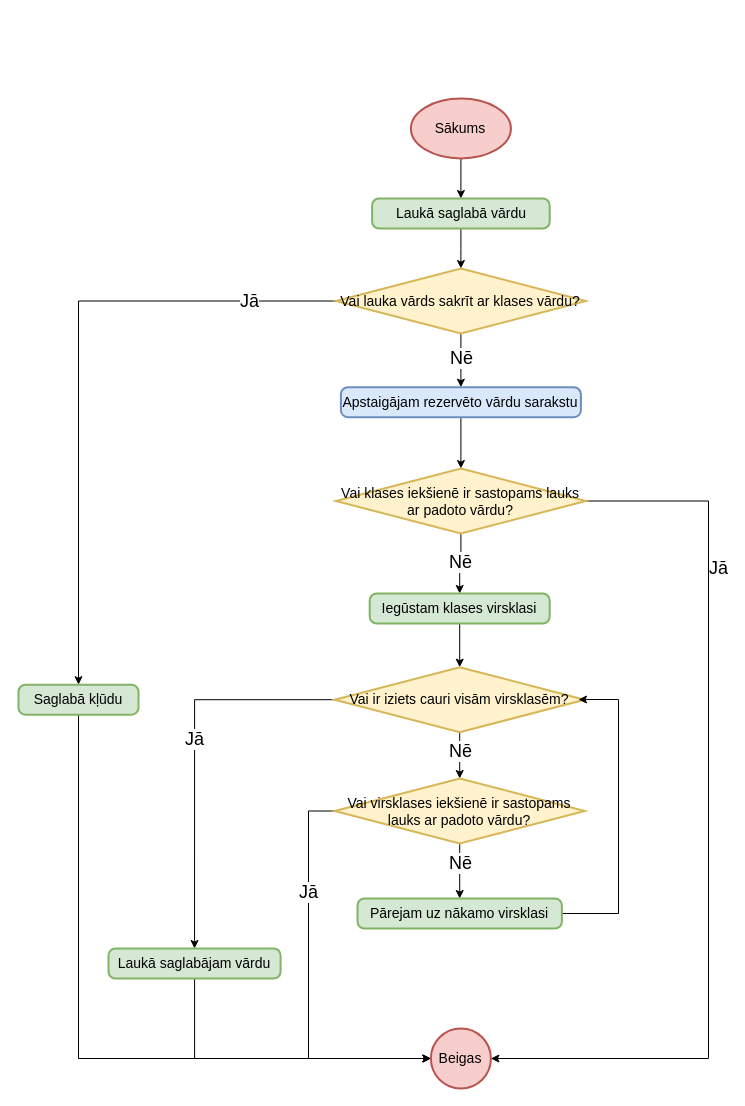
Before: page "Lauka vārda kompilēšana" (4 of 5) of src/Qualification project/Documentation/Diagrammas/Kompilators/Lauki un mainīgie.drawio in artiks12/webAppOS, a draw.io diagram. Source tidied: cells renumbered, new cells numbered last; positions are measured from the earlier drawing's top-left corner, leaving out a move shared by most shapes. Both pictures are drawn from the tidied source at 100%, with x=0, y=0 at pixel (18, 98).
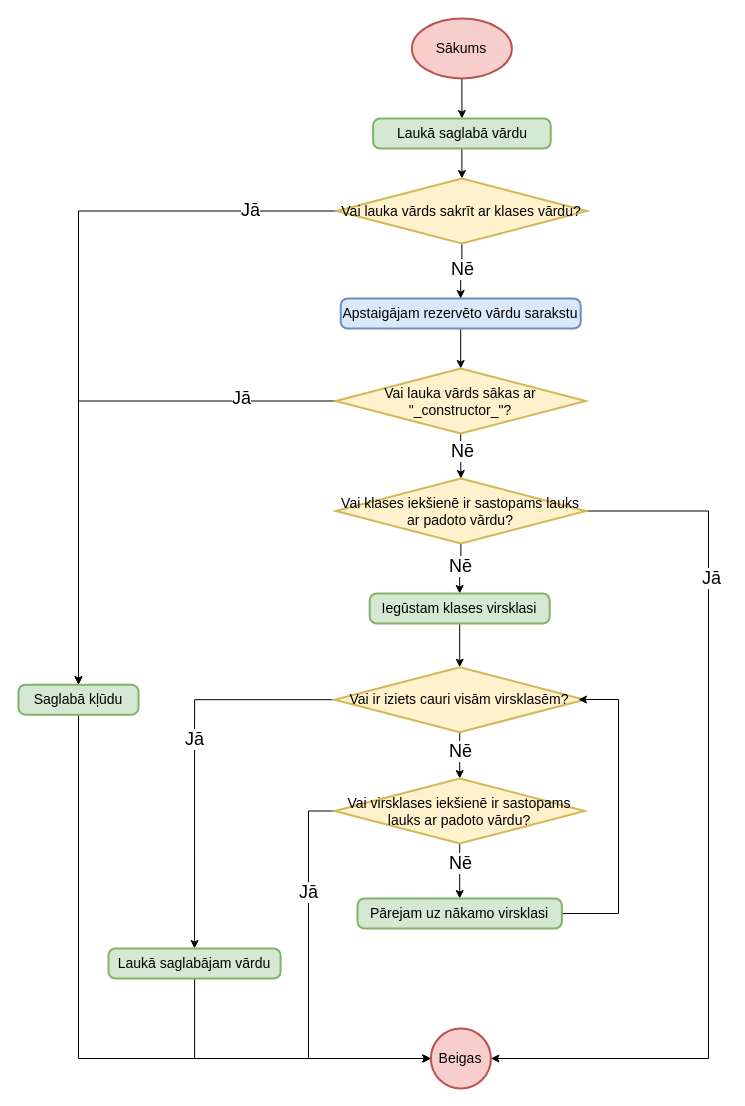
The same diagram, later.

Unchanged cells that the change refers to:
```xml
<mxCell id="6" value="Beigas" style="strokeWidth=2;html=1;shape=mxgraph.flowchart.start_2;whiteSpace=wrap;fontSize=14;fillColor=#f8cecc;strokeColor=#b85450;" parent="1" vertex="1">
  <mxGeometry x="412.4" y="930" width="60" height="60" as="geometry" />
</mxCell>
<mxCell id="9" style="edgeStyle=orthogonalEdgeStyle;rounded=0;jettySize=auto;html=1;entryX=0.5;entryY=0;entryDx=0;entryDy=0;fontSize=18;exitX=0.5;exitY=1;exitDx=0;exitDy=0;exitPerimeter=0;" parent="1" edge="1" source="22" target="24">
  <mxGeometry relative="1" as="geometry" />
</mxCell>
<mxCell id="18" value="Saglabā kļūdu" style="rounded=1;whiteSpace=wrap;html=1;absoluteArcSize=1;arcSize=14;strokeWidth=2;fontSize=14;fillColor=#d5e8d4;strokeColor=#82b366;" parent="1" vertex="1">
  <mxGeometry y="586.2" width="120" height="30" as="geometry" />
</mxCell>
```

Diff of the diagram source:
```diff
@@
     <mxCell id="3" value="Sākums" style="strokeWidth=2;html=1;shape=mxgraph.flowchart.start_1;whiteSpace=wrap;fontSize=14;fillColor=#f8cecc;strokeColor=#b85450;" parent="1" vertex="1">
-      <mxGeometry x="392.4" width="100" height="60" as="geometry" />
+      <mxGeometry x="393.4" y="-80" width="100" height="60" as="geometry" />
     </mxCell>
@@
     <mxCell id="5" value="Laukā saglabā vārdu" style="rounded=1;whiteSpace=wrap;html=1;absoluteArcSize=1;arcSize=14;strokeWidth=2;fontSize=14;fillColor=#d5e8d4;strokeColor=#82b366;" parent="1" vertex="1">
-      <mxGeometry x="353.6" y="100" width="177.6" height="30" as="geometry" />
+      <mxGeometry x="354.6" y="20" width="177.6" height="30" as="geometry" />
     </mxCell>
@@
-    <mxCell id="7" style="edgeStyle=orthogonalEdgeStyle;rounded=0;jettySize=auto;html=1;fontSize=18;entryX=0.5;entryY=0;entryDx=0;entryDy=0;entryPerimeter=0;" parent="1" edge="1" source="8" target="22">
-      <mxGeometry relative="1" as="geometry" />
-    </mxCell>
+    <mxCell id="37" style="edgeStyle=orthogonalEdgeStyle;rounded=0;jettySize=auto;html=1;" parent="1" edge="1" source="8" target="42">
+      <mxGeometry relative="1" as="geometry" />
+    </mxCell>
     <mxCell id="8" value="Apstaigājam rezervēto vārdu sarakstu" style="rounded=1;whiteSpace=wrap;html=1;absoluteArcSize=1;arcSize=14;strokeWidth=2;fontSize=14;fillColor=#dae8fc;strokeColor=#6c8ebf;" parent="1" vertex="1">
-      <mxGeometry x="322.4" y="288.7" width="240" height="30" as="geometry" />
+      <mxGeometry x="322.2" y="200" width="240" height="30" as="geometry" />
     </mxCell>
@@
     <mxCell id="10" value="&lt;font style=&quot;font-size: 18px&quot;&gt;Nē&lt;/font&gt;" style="edgeLabel;html=1;align=center;verticalAlign=middle;" parent="9" vertex="1">
       <mxGeometry x="-0.26" y="-3" relative="1" as="geometry">
-        <mxPoint x="2" y="5" as="offset" />
+        <mxPoint x="2" y="3" as="offset" />
       </mxGeometry>
     </mxCell>
@@
     <mxCell id="16" value="Vai lauka vārds sakrīt ar klases vārdu?" style="strokeWidth=2;html=1;shape=mxgraph.flowchart.decision;whiteSpace=wrap;fontSize=14;fillColor=#fff2cc;strokeColor=#d6b656;" parent="1" vertex="1">
-      <mxGeometry x="317.4" y="170" width="250" height="65" as="geometry" />
+      <mxGeometry x="318.4" y="80" width="250" height="65" as="geometry" />
     </mxCell>
@@
     <mxCell id="19" value="Jā" style="edgeLabel;html=1;align=center;verticalAlign=middle;fontSize=18;" parent="1" vertex="1">
-      <mxGeometry x="230" y="202.5" as="geometry" />
+      <mxGeometry x="231" y="111.5" as="geometry" />
     </mxCell>
-    <mxCell id="20" style="edgeStyle=orthogonalEdgeStyle;rounded=0;jettySize=auto;html=1;entryX=1;entryY=0.5;entryDx=0;entryDy=0;entryPerimeter=0;" parent="1" edge="1" source="22" target="6">
+    <mxCell id="20" style="edgeStyle=orthogonalEdgeStyle;rounded=0;jettySize=auto;html=1;entryX=1;entryY=0.5;entryDx=0;entryDy=0;entryPerimeter=0;exitX=1;exitY=0.5;exitDx=0;exitDy=0;exitPerimeter=0;" parent="1" edge="1" source="22" target="6">
       <mxGeometry relative="1" as="geometry">
         <Array as="points">
-          <mxPoint x="690" y="403" />
+          <mxPoint x="690" y="413" />
           <mxPoint x="690" y="960" />
         </Array>
       </mxGeometry>
     </mxCell>
     <mxCell id="21" value="&lt;font style=&quot;font-size: 18px&quot;&gt;Jā&lt;/font&gt;" style="edgeLabel;html=1;align=center;verticalAlign=middle;" parent="20" vertex="1">
       <mxGeometry x="-0.77" y="-1" relative="1" as="geometry">
-        <mxPoint x="29" y="66" as="offset" />
+        <mxPoint x="23" y="66" as="offset" />
       </mxGeometry>
     </mxCell>
     <mxCell id="22" value="Vai klases iekšienē ir sastopams lauks ar padoto vārdu?" style="strokeWidth=2;html=1;shape=mxgraph.flowchart.decision;whiteSpace=wrap;fontSize=14;fillColor=#fff2cc;strokeColor=#d6b656;" parent="1" vertex="1">
-      <mxGeometry x="317.4" y="370" width="250" height="65" as="geometry" />
+      <mxGeometry x="317.4" y="380" width="250" height="65" as="geometry" />
     </mxCell>
@@
+    <mxCell id="38" style="edgeStyle=orthogonalEdgeStyle;rounded=0;jettySize=auto;html=1;" parent="1" edge="1" source="42" target="22">
+      <mxGeometry relative="1" as="geometry" />
+    </mxCell>
+    <mxCell id="39" value="&lt;font style=&quot;font-size: 18px&quot;&gt;Nē&lt;/font&gt;" style="edgeLabel;html=1;align=center;verticalAlign=middle;" parent="38" vertex="1">
+      <mxGeometry x="-0.26" y="1" relative="1" as="geometry" />
+    </mxCell>
+    <mxCell id="40" style="edgeStyle=orthogonalEdgeStyle;rounded=0;jettySize=auto;html=1;entryX=0.5;entryY=0;entryDx=0;entryDy=0;" parent="1" edge="1" source="42" target="18">
+      <mxGeometry relative="1" as="geometry" />
+    </mxCell>
+    <mxCell id="41" value="&lt;font style=&quot;font-size: 18px&quot;&gt;Jā&lt;/font&gt;" style="edgeLabel;html=1;align=center;verticalAlign=middle;" parent="40" vertex="1">
+      <mxGeometry x="-0.65" y="-3" relative="1" as="geometry" />
+    </mxCell>
+    <mxCell id="42" value="Vai lauka vārds sākas ar &quot;_constructor_&quot;?" style="strokeWidth=2;html=1;shape=mxgraph.flowchart.decision;whiteSpace=wrap;fontSize=14;fillColor=#fff2cc;strokeColor=#d6b656;" parent="1" vertex="1">
+      <mxGeometry x="317.2" y="270" width="250" height="65" as="geometry" />
+    </mxCell>
```
